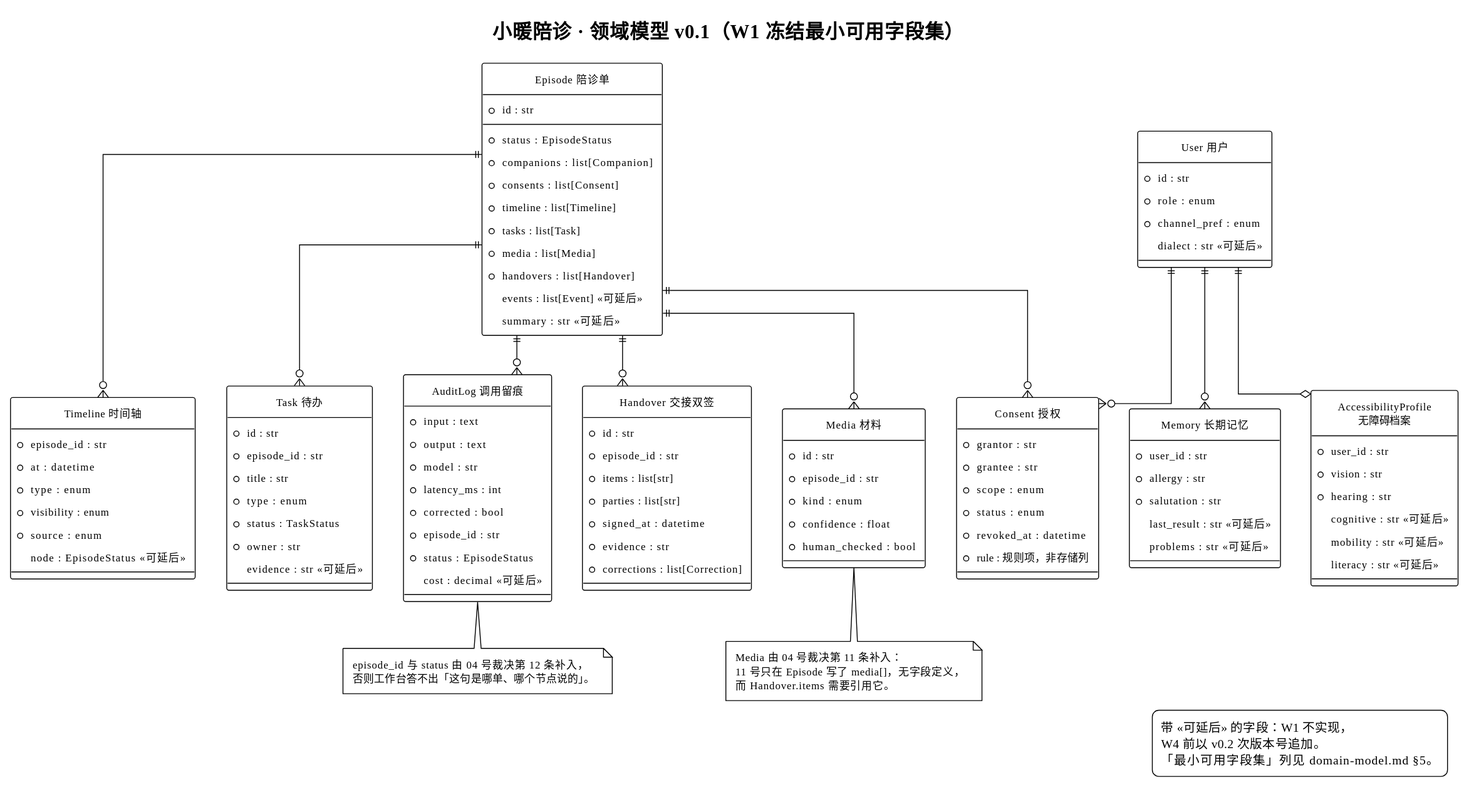
The PlantUML diagram docs/specs/er.svg in xiangyuli494-cmyk/medpal, before a commit.
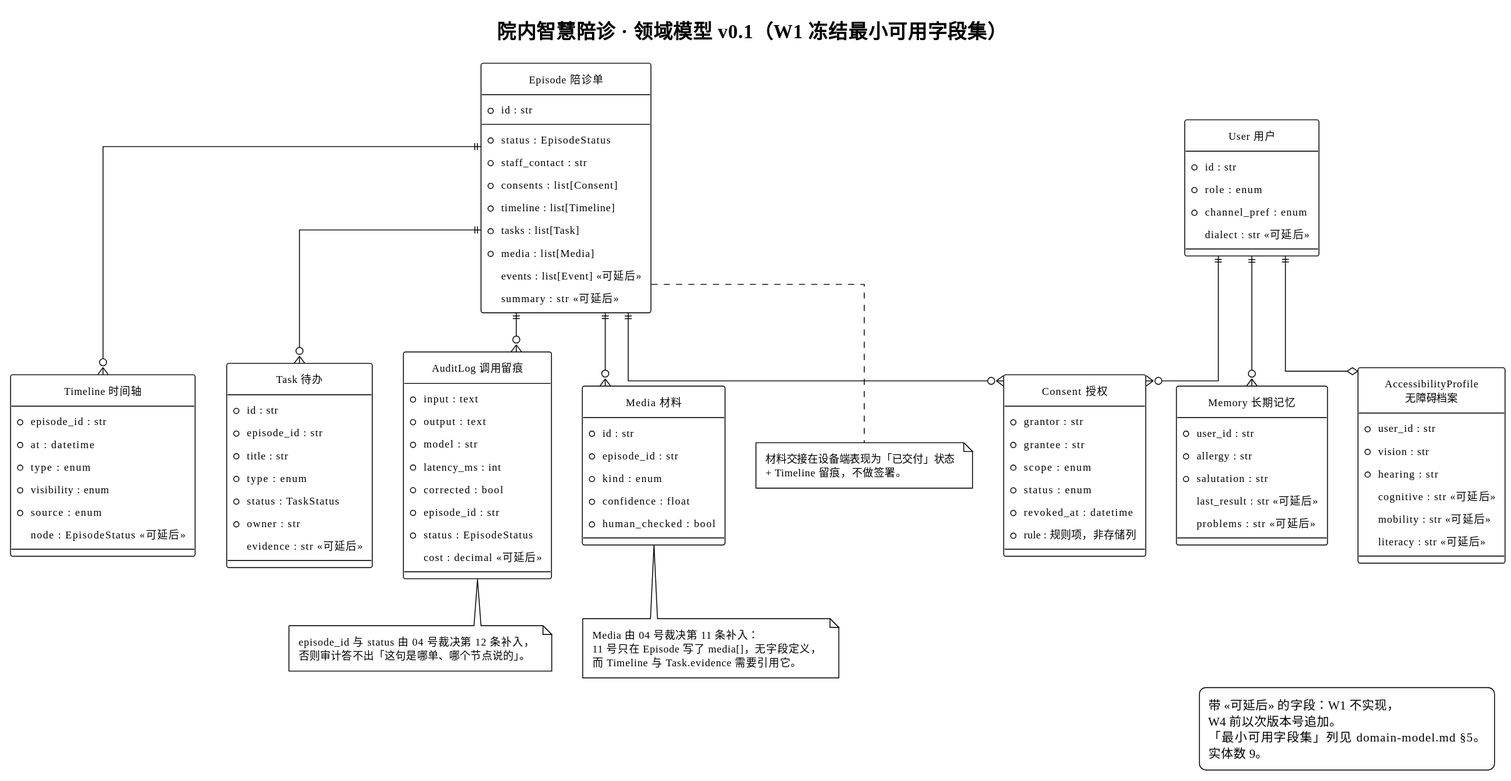
After the commit.

Diff of the diagram source:
```diff
@@ -11,18 +11,17 @@
 skinparam nodesep 35
 skinparam ranksep 45
 
-title 小暖陪诊 · 领域模型 v0.1（W1 冻结最小可用字段集）
+title 院内智慧陪诊 · 领域模型 v0.1（W1 冻结最小可用字段集）
 
 entity "Episode 陪诊单" as episode {
   * id : str
   --
   * status : EpisodeStatus
-  * companions : list[Companion]
+  * staff_contact : str
   * consents : list[Consent]
   * timeline : list[Timeline]
   * tasks : list[Task]
   * media : list[Media]
-  * handovers : list[Handover]
   events : list[Event]  «可延后»
   summary : str  «可延后»
 }
@@ -74,16 +73,6 @@
   cost : decimal  «可延后»
 }
 
-entity "Handover 交接双签" as handover {
-  * id : str
-  * episode_id : str
-  * items : list[str]
-  * parties : list[str]
-  * signed_at : datetime
-  * evidence : str
-  * corrections : list[Correction]
-}
-
 entity "User 用户" as user {
   * id : str
   * role : enum
@@ -110,7 +99,6 @@
 
 episode ||--o{ timeline
 episode ||--o{ task
-episode ||--o{ handover
 episode ||--o{ consent
 episode ||--o{ media
 episode ||--o{ audit
@@ -118,20 +106,26 @@
 user   ||--o{ memory
 user   ||--o  access
 
+note bottom of episode
+  材料交接在设备端表现为「已交付」状态
+  + Timeline 留痕，不做签署。
+end note
+
 note bottom of media
   Media 由 04 号裁决第 11 条补入：
   11 号只在 Episode 写了 media[]，无字段定义，
-  而 Handover.items 需要引用它。
+  而 Timeline 与 Task.evidence 需要引用它。
 end note
 
 note bottom of audit
   episode_id 与 status 由 04 号裁决第 12 条补入，
-  否则工作台答不出「这句是哪单、哪个节点说的」。
+  否则审计答不出「这句是哪单、哪个节点说的」。
 end note
 
 legend right
   带 «可延后» 的字段：W1 不实现，
-  W4 前以 v0.2 次版本号追加。
+  W4 前以次版本号追加。
   「最小可用字段集」列见 domain-model.md §5。
+  实体数 9。
 endlegend
 @enduml
```
